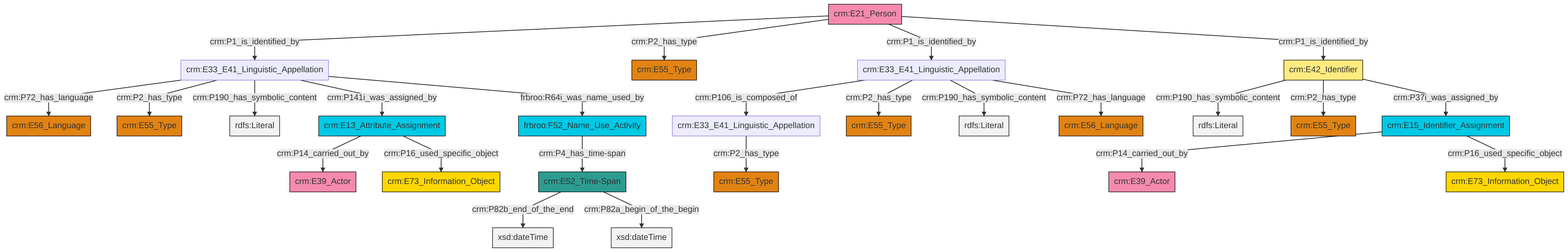
Earlier version of the Mermaid export et/personCSV/ttl/mmd/png/Person_Names_and_Classification.png (swiss-art-research-net/reference-data-models). Its source is kept beside it as et/personCSV/ttl/mmd/Person_Names_and_Classification.ttl.mmd.
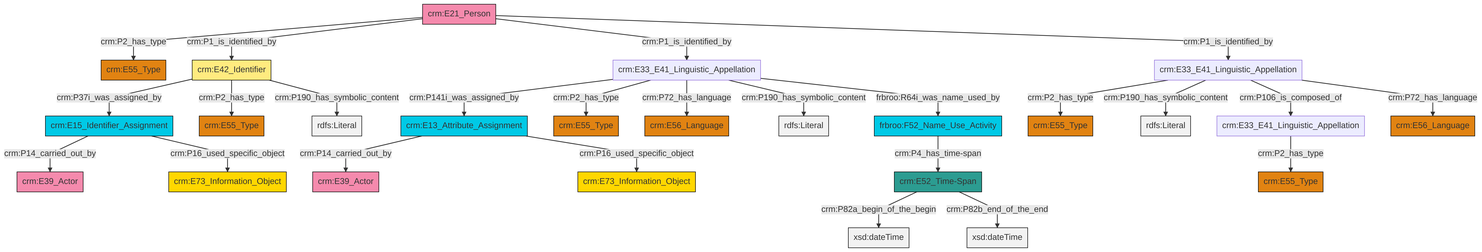
The same diagram one commit later.

What changed in the source:
```diff
@@ -13,27 +13,27 @@
 classDef PC_Classes fill:#4ce600, stroke:#000000;
 classDef Multi fill:#cccccc,stroke:#000000;
 
-6["crm:E33_E41_Linguistic_Appellation"]:::Default -->|crm:P72_has_language| 7["crm:E56_Language"]:::Type
-9["crm:E33_E41_Linguistic_Appellation"]:::Default -->|crm:P106_is_composed_of| 0["crm:E33_E41_Linguistic_Appellation"]:::Default
-6["crm:E33_E41_Linguistic_Appellation"]:::Default -->|crm:P2_has_type| 14["crm:E55_Type"]:::Type
-15["crm:E13_Attribute_Assignment"]:::Temporal_Entity -->|crm:P14_carried_out_by| 16["crm:E39_Actor"]:::Actor
-19["crm:E42_Identifier"]:::Appellation -->|crm:P190_has_symbolic_content| 20[rdfs:Literal]:::Literal
-0["crm:E33_E41_Linguistic_Appellation"]:::Default -->|crm:P2_has_type| 21["crm:E55_Type"]:::Type
-17["crm:E15_Identifier_Assignment"]:::Temporal_Entity -->|crm:P14_carried_out_by| 22["crm:E39_Actor"]:::Actor
-10["crm:E21_Person"]:::Actor -->|crm:P1_is_identified_by| 6["crm:E33_E41_Linguistic_Appellation"]:::Default
-9["crm:E33_E41_Linguistic_Appellation"]:::Default -->|crm:P2_has_type| 23["crm:E55_Type"]:::Type
-10["crm:E21_Person"]:::Actor -->|crm:P2_has_type| 25["crm:E55_Type"]:::Type
-17["crm:E15_Identifier_Assignment"]:::Temporal_Entity -->|crm:P16_used_specific_object| 2["crm:E73_Information_Object"]:::Conceptual_Object
-9["crm:E33_E41_Linguistic_Appellation"]:::Default -->|crm:P190_has_symbolic_content| 27[rdfs:Literal]:::Literal
-29["frbroo:F52_Name_Use_Activity"]:::Temporal_Entity -->|crm:P4_has_time-span| 4["crm:E52_Time-Span"]:::Time-Span
-9["crm:E33_E41_Linguistic_Appellation"]:::Default -->|crm:P72_has_language| 30["crm:E56_Language"]:::Type
-15["crm:E13_Attribute_Assignment"]:::Temporal_Entity -->|crm:P16_used_specific_object| 12["crm:E73_Information_Object"]:::Conceptual_Object
-6["crm:E33_E41_Linguistic_Appellation"]:::Default -->|crm:P190_has_symbolic_content| 31[rdfs:Literal]:::Literal
-19["crm:E42_Identifier"]:::Appellation -->|crm:P2_has_type| 32["crm:E55_Type"]:::Type
-19["crm:E42_Identifier"]:::Appellation -->|crm:P37i_was_assigned_by| 17["crm:E15_Identifier_Assignment"]:::Temporal_Entity
-4["crm:E52_Time-Span"]:::Time-Span -->|crm:P82b_end_of_the_end| 38[xsd:dateTime]:::Literal
-6["crm:E33_E41_Linguistic_Appellation"]:::Default -->|crm:P141i_was_assigned_by| 15["crm:E13_Attribute_Assignment"]:::Temporal_Entity
-10["crm:E21_Person"]:::Actor -->|crm:P1_is_identified_by| 9["crm:E33_E41_Linguistic_Appellation"]:::Default
-6["crm:E33_E41_Linguistic_Appellation"]:::Default -->|frbroo:R64i_was_name_used_by| 29["frbroo:F52_Name_Use_Activity"]:::Temporal_Entity
-4["crm:E52_Time-Span"]:::Time-Span -->|crm:P82a_begin_of_the_begin| 43[xsd:dateTime]:::Literal
-10["crm:E21_Person"]:::Actor -->|crm:P1_is_identified_by| 19["crm:E42_Identifier"]:::Appellation
+0["crm:E33_E41_Linguistic_Appellation"]:::Default -->|crm:P2_has_type| 1["crm:E55_Type"]:::Type
+4["crm:E33_E41_Linguistic_Appellation"]:::Default -->|crm:P141i_was_assigned_by| 5["crm:E13_Attribute_Assignment"]:::Temporal_Entity
+6["crm:E21_Person"]:::Actor -->|crm:P2_has_type| 7["crm:E55_Type"]:::Type
+8["crm:E42_Identifier"]:::Appellation -->|crm:P37i_was_assigned_by| 9["crm:E15_Identifier_Assignment"]:::Temporal_Entity
+0["crm:E33_E41_Linguistic_Appellation"]:::Default -->|crm:P190_has_symbolic_content| 19[rdfs:Literal]:::Literal
+6["crm:E21_Person"]:::Actor -->|crm:P1_is_identified_by| 8["crm:E42_Identifier"]:::Appellation
+5["crm:E13_Attribute_Assignment"]:::Temporal_Entity -->|crm:P14_carried_out_by| 21["crm:E39_Actor"]:::Actor
+9["crm:E15_Identifier_Assignment"]:::Temporal_Entity -->|crm:P14_carried_out_by| 22["crm:E39_Actor"]:::Actor
+8["crm:E42_Identifier"]:::Appellation -->|crm:P2_has_type| 24["crm:E55_Type"]:::Type
+6["crm:E21_Person"]:::Actor -->|crm:P1_is_identified_by| 4["crm:E33_E41_Linguistic_Appellation"]:::Default
+4["crm:E33_E41_Linguistic_Appellation"]:::Default -->|crm:P2_has_type| 30["crm:E55_Type"]:::Type
+35["crm:E52_Time-Span"]:::Time-Span -->|crm:P82a_begin_of_the_begin| 36[xsd:dateTime]:::Literal
+0["crm:E33_E41_Linguistic_Appellation"]:::Default -->|crm:P106_is_composed_of| 2["crm:E33_E41_Linguistic_Appellation"]:::Default
+8["crm:E42_Identifier"]:::Appellation -->|crm:P190_has_symbolic_content| 41[rdfs:Literal]:::Literal
+9["crm:E15_Identifier_Assignment"]:::Temporal_Entity -->|crm:P16_used_specific_object| 33["crm:E73_Information_Object"]:::Conceptual_Object
+4["crm:E33_E41_Linguistic_Appellation"]:::Default -->|crm:P72_has_language| 28["crm:E56_Language"]:::Type
+0["crm:E33_E41_Linguistic_Appellation"]:::Default -->|crm:P72_has_language| 15["crm:E56_Language"]:::Type
+4["crm:E33_E41_Linguistic_Appellation"]:::Default -->|crm:P190_has_symbolic_content| 43[rdfs:Literal]:::Literal
+35["crm:E52_Time-Span"]:::Time-Span -->|crm:P82b_end_of_the_end| 44[xsd:dateTime]:::Literal
+17["frbroo:F52_Name_Use_Activity"]:::Temporal_Entity -->|crm:P4_has_time-span| 35["crm:E52_Time-Span"]:::Time-Span
+5["crm:E13_Attribute_Assignment"]:::Temporal_Entity -->|crm:P16_used_specific_object| 25["crm:E73_Information_Object"]:::Conceptual_Object
+4["crm:E33_E41_Linguistic_Appellation"]:::Default -->|frbroo:R64i_was_name_used_by| 17["frbroo:F52_Name_Use_Activity"]:::Temporal_Entity
+6["crm:E21_Person"]:::Actor -->|crm:P1_is_identified_by| 0["crm:E33_E41_Linguistic_Appellation"]:::Default
+2["crm:E33_E41_Linguistic_Appellation"]:::Default -->|crm:P2_has_type| 31["crm:E55_Type"]:::Type
```
